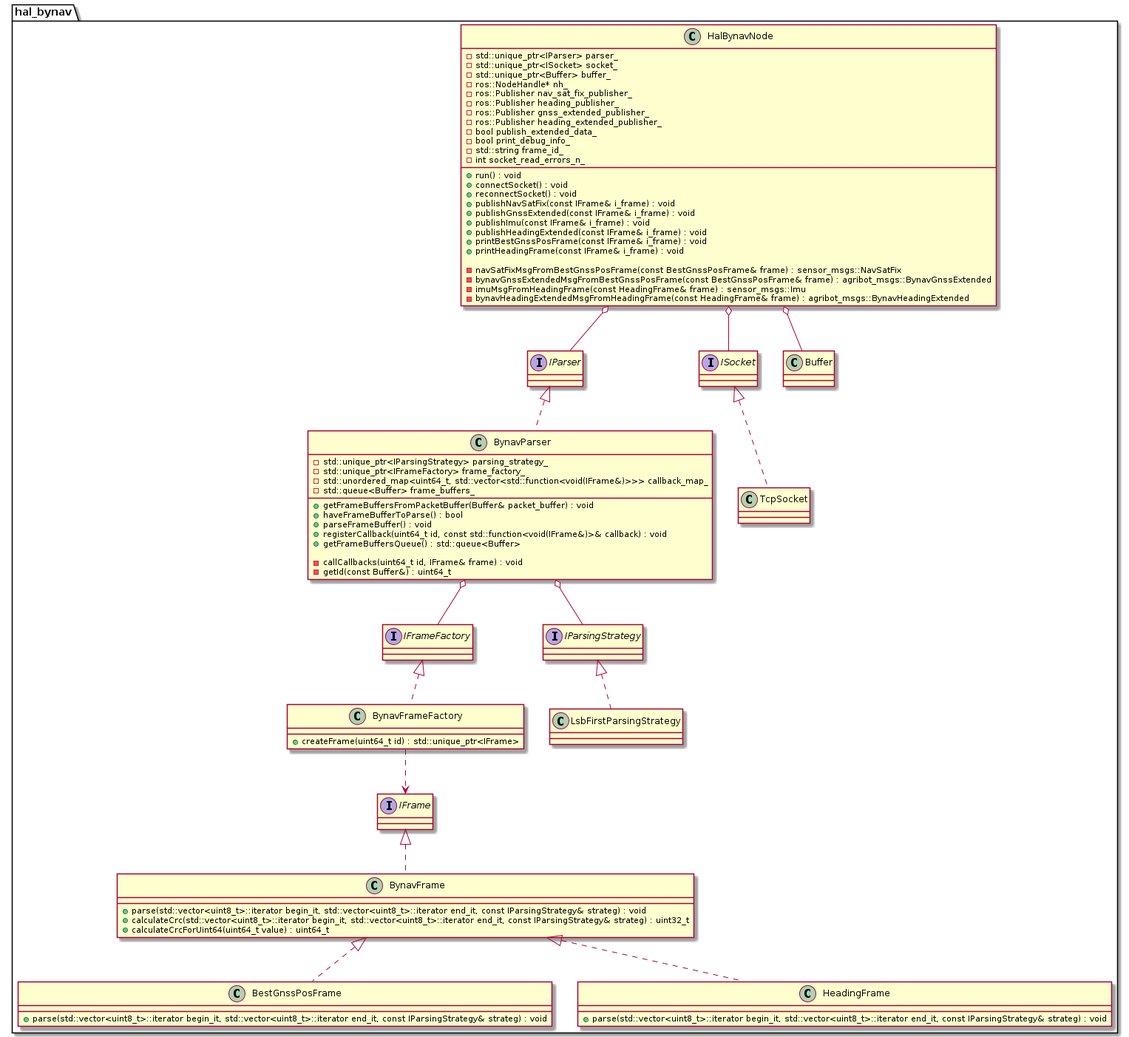
This is doc/class_diagram/hal_bynav.png from agribot-2-0/hal_bynav, a PlantUML export, as it was before one commit.
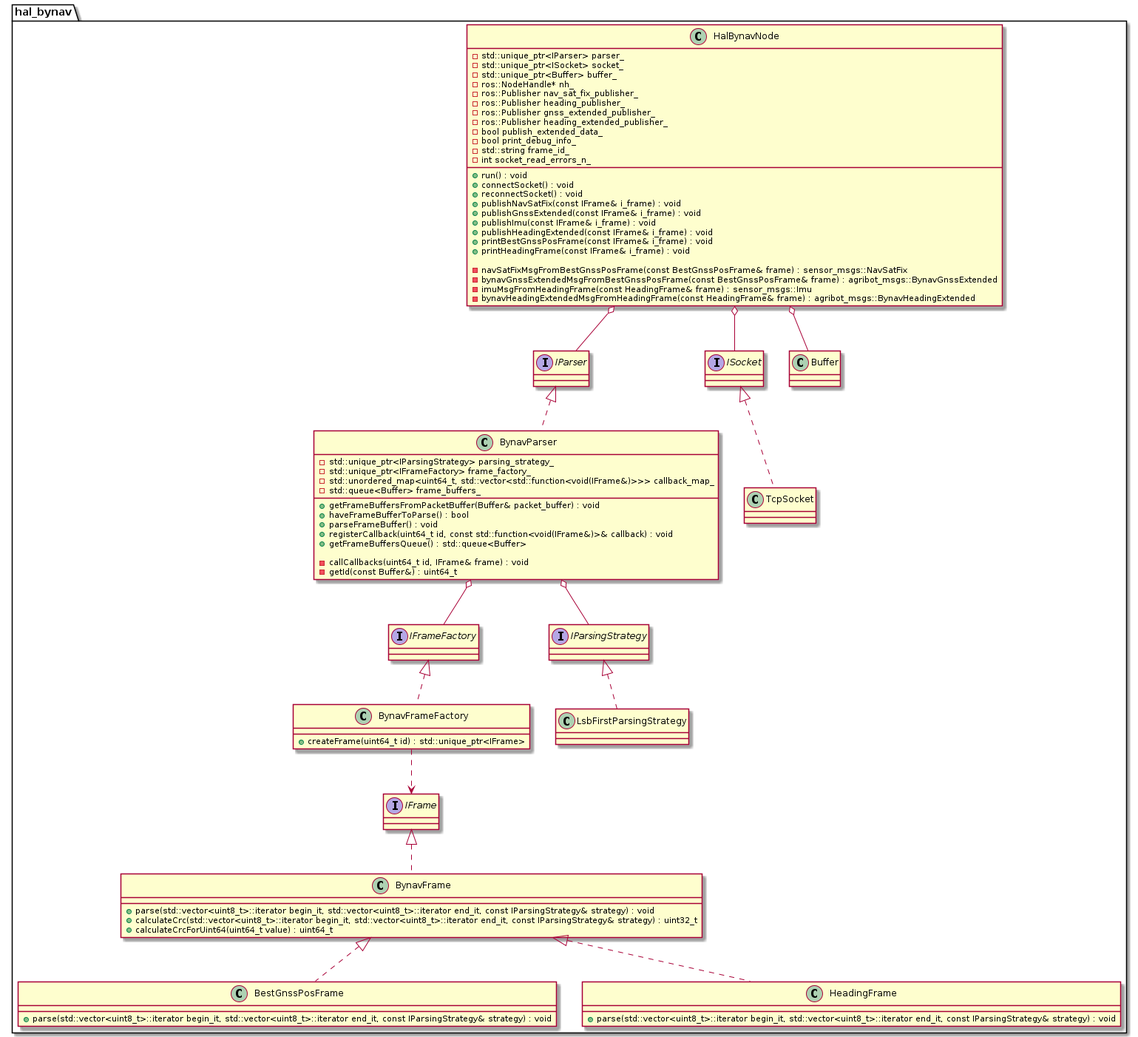
The same diagram one commit later.

Commit message:
Fix typo in class_diagram

The edit, as a diff of the source:
```diff
@@ -89,19 +89,19 @@
 
   class BynavFrame
   {
-    + parse(std::vector<uint8_t>::iterator begin_it, std::vector<uint8_t>::iterator end_it, const IParsingStrategy& strateg) : void
-    + calculateCrc(std::vector<uint8_t>::iterator begin_it, std::vector<uint8_t>::iterator end_it, const IParsingStrategy& strateg) : uint32_t
+    + parse(std::vector<uint8_t>::iterator begin_it, std::vector<uint8_t>::iterator end_it, const IParsingStrategy& strategy) : void
+    + calculateCrc(std::vector<uint8_t>::iterator begin_it, std::vector<uint8_t>::iterator end_it, const IParsingStrategy& strategy) : uint32_t
     + calculateCrcForUint64(uint64_t value) : uint64_t
   }
 
   class BestGnssPosFrame
   {
-    + parse(std::vector<uint8_t>::iterator begin_it, std::vector<uint8_t>::iterator end_it, const IParsingStrategy& strateg) : void
+    + parse(std::vector<uint8_t>::iterator begin_it, std::vector<uint8_t>::iterator end_it, const IParsingStrategy& strategy) : void
   }
 
   class HeadingFrame
   {
-    + parse(std::vector<uint8_t>::iterator begin_it, std::vector<uint8_t>::iterator end_it, const IParsingStrategy& strateg) : void
+    + parse(std::vector<uint8_t>::iterator begin_it, std::vector<uint8_t>::iterator end_it, const IParsingStrategy& strategy) : void
   }
 
   class TcpSocket implements ISocket
```
